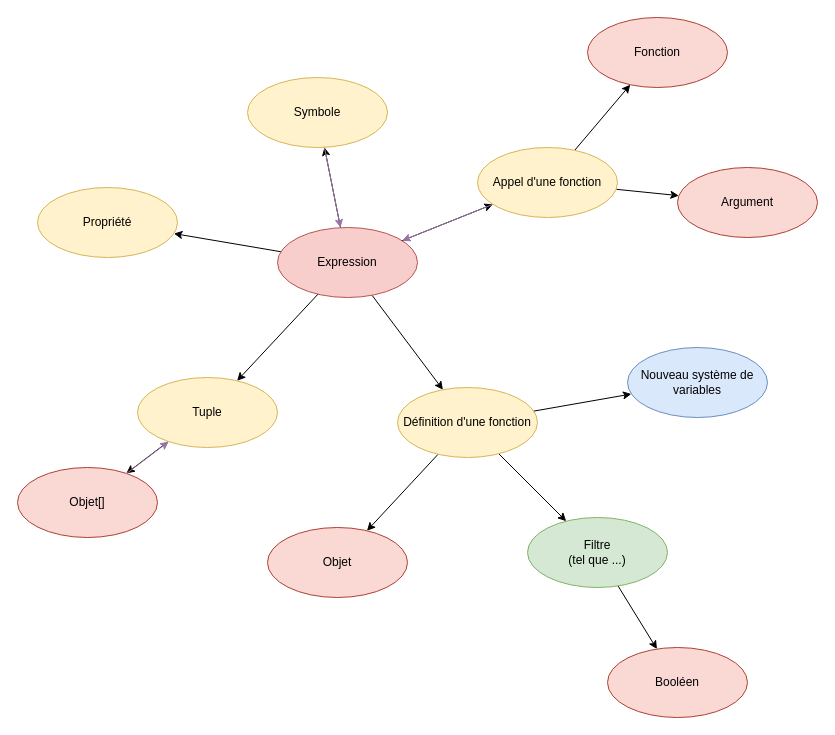
The draw.io diagram page "Formal Language" (2 of 5) of UML/Formal Language.drawio in Oscardoras/Ouverium, before the edit. Source tidied: cells renumbered, new cells numbered last; positions are measured from the earlier drawing's top-left corner, leaving out a move shared by most shapes. Both pictures are drawn from the tidied source at 100%, with x=0, y=0 at pixel (17, 17).
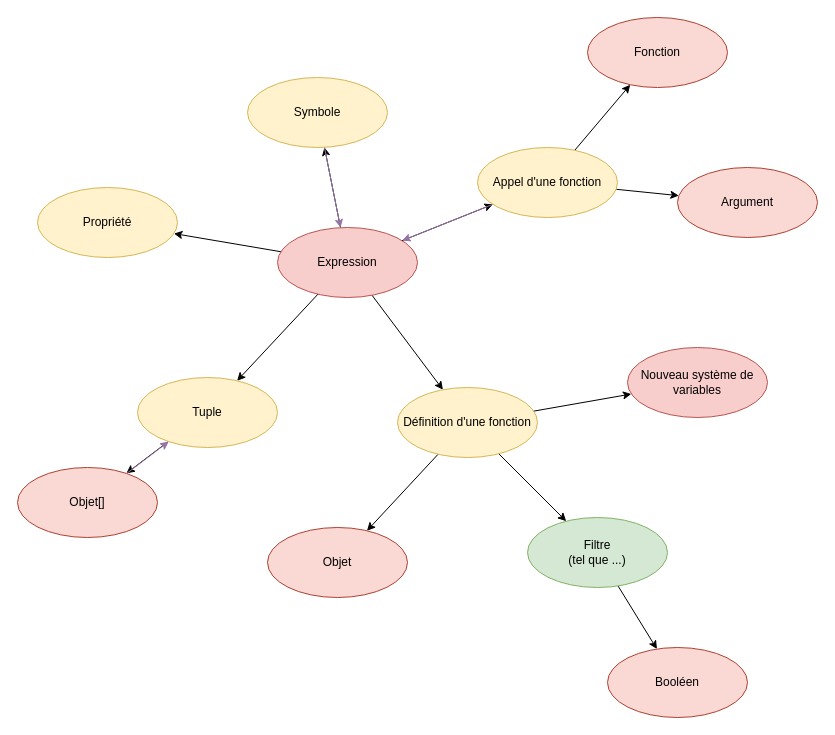
The same page after the edit.

The edit, as a diff of the source:
```diff
@@
-    <mxCell id="25" value="Nouveau système de variables" style="ellipse;whiteSpace=wrap;html=1;fillColor=#dae8fc;strokeColor=#6c8ebf;fontColor=#000000;" parent="1" vertex="1">
+    <mxCell id="25" value="Nouveau système de variables" style="ellipse;whiteSpace=wrap;html=1;fillColor=#f8cecc;strokeColor=#b85450;fontColor=#000000;" parent="1" vertex="1">
       <mxGeometry x="610" y="330" width="140" height="70" as="geometry" />
     </mxCell>
```
